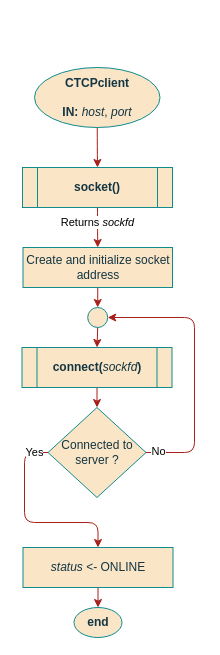
The draw.io diagram page "Constructor" (2 of 4) of documentation/flowcharts/02Classes/CTCPclient.drawio in ESRGgroup9/slipad, before the edit. Source tidied: cells renumbered, new cells numbered last; positions are measured from the earlier drawing's top-left corner, leaving out a move shared by most shapes. Both pictures are drawn from the tidied source at 100%, with x=0, y=0 at pixel (22, 67).
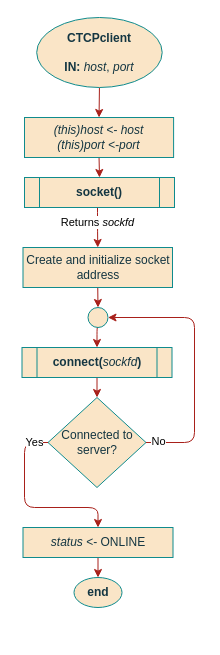
Above is the later version.

The edit, as a diff of the source:
```diff
@@
-    <mxCell id="2" style="edgeStyle=orthogonalEdgeStyle;curved=0;rounded=1;sketch=0;jettySize=auto;html=1;exitX=0.5;exitY=1;exitDx=0;exitDy=0;entryX=0.5;entryY=0;entryDx=0;entryDy=0;fontColor=#143642;strokeColor=#A8201A;fillColor=#FAE5C7;" parent="1" edge="1" source="3">
-      <mxGeometry relative="1" as="geometry">
-        <mxPoint x="75" y="100" as="targetPoint" />
-      </mxGeometry>
+    <mxCell id="2" style="edgeStyle=orthogonalEdgeStyle;curved=0;rounded=1;sketch=0;jettySize=auto;html=1;exitX=0.5;exitY=1;exitDx=0;exitDy=0;entryX=0.5;entryY=0;entryDx=0;entryDy=0;fontColor=#143642;strokeColor=#A8201A;fillColor=#FAE5C7;" parent="1" edge="1" source="3" target="21">
+      <mxGeometry relative="1" as="geometry" />
     </mxCell>
-    <mxCell id="3" value="&lt;div&gt;CTCPclient&lt;/div&gt;&lt;div&gt;&lt;br&gt;&lt;/div&gt;&lt;div&gt;IN: &lt;span style=&quot;font-weight: normal&quot;&gt;&lt;i&gt;host&lt;/i&gt;, &lt;i&gt;port&lt;/i&gt;&lt;/span&gt;&lt;br&gt;&lt;/div&gt;" style="ellipse;whiteSpace=wrap;html=1;fillColor=#FAE5C7;strokeColor=#0F8B8D;fontColor=#143642;fontStyle=1;" parent="1" vertex="1">
-      <mxGeometry x="12" width="125.5" height="60" as="geometry" />
+    <mxCell id="3" value="&lt;div&gt;CTCPclient&lt;/div&gt;&lt;div&gt;&lt;br&gt;&lt;/div&gt;&lt;div&gt;IN: &lt;span style=&quot;font-weight: normal&quot;&gt;&lt;i&gt;host&lt;/i&gt;, &lt;i&gt;port&lt;/i&gt;&lt;/span&gt;&lt;/div&gt;" style="ellipse;whiteSpace=wrap;html=1;fillColor=#FAE5C7;strokeColor=#0F8B8D;fontColor=#143642;fontStyle=1;" parent="1" vertex="1">
+      <mxGeometry x="14.2" y="-50" width="125.5" height="70" as="geometry" />
     </mxCell>
@@
     <mxCell id="5" value="end" style="ellipse;whiteSpace=wrap;html=1;fillColor=#FAE5C7;strokeColor=#0F8B8D;fontColor=#143642;fontStyle=1;" parent="1" vertex="1">
-      <mxGeometry x="51.5" y="540" width="48" height="30" as="geometry" />
+      <mxGeometry x="51.5" y="510" width="48" height="30" as="geometry" />
     </mxCell>
     <mxCell id="6" value="socket()" style="shape=process;whiteSpace=wrap;html=1;backgroundOutline=1;rounded=0;sketch=0;fontColor=#143642;strokeColor=#0F8B8D;fillColor=#FAE5C7;fontStyle=1;" parent="1" vertex="1">
-      <mxGeometry y="100" width="150" height="40" as="geometry" />
+      <mxGeometry x="2" y="110" width="150" height="30" as="geometry" />
     </mxCell>
@@
     <mxCell id="10" value="connect(&lt;i&gt;&lt;span style=&quot;font-weight: normal&quot;&gt;sockfd&lt;/span&gt;&lt;/i&gt;)" style="shape=process;whiteSpace=wrap;html=1;backgroundOutline=1;rounded=0;sketch=0;fontColor=#143642;strokeColor=#0F8B8D;fillColor=#FAE5C7;fontStyle=1;" parent="1" vertex="1">
-      <mxGeometry x="-0.5" y="280" width="150" height="40" as="geometry" />
+      <mxGeometry x="-0.5" y="280" width="150" height="30" as="geometry" />
     </mxCell>
     <mxCell id="11" style="edgeStyle=orthogonalEdgeStyle;rounded=1;jettySize=auto;html=1;exitX=1;exitY=0.5;exitDx=0;exitDy=0;fontSize=11;strokeColor=#A8201A;entryX=1;entryY=0.5;entryDx=0;entryDy=0;" parent="1" edge="1" source="14" target="16">
       <mxGeometry relative="1" as="geometry">
         <Array as="points">
-          <mxPoint x="172" y="385" />
+          <mxPoint x="172" y="375" />
           <mxPoint x="172" y="250" />
         </Array>
       </mxGeometry>
     </mxCell>
@@
     <mxCell id="13" value="Yes" style="edgeStyle=orthogonalEdgeStyle;rounded=1;jettySize=auto;html=1;exitX=0;exitY=0.5;exitDx=0;exitDy=0;entryX=0.5;entryY=0;entryDx=0;entryDy=0;fontSize=11;strokeColor=#A8201A;" parent="1" edge="1" source="14" target="18">
       <mxGeometry x="-0.85" relative="1" as="geometry">
         <Array as="points">
-          <mxPoint x="2" y="385" />
-          <mxPoint x="2" y="455" />
-          <mxPoint x="76" y="455" />
-          <mxPoint x="76" y="480" />
+          <mxPoint x="2" y="375" />
+          <mxPoint x="2" y="440" />
+          <mxPoint x="76" y="440" />
         </Array>
       </mxGeometry>
     </mxCell>
-    <mxCell id="14" value="Connected to server ?" style="rhombus;whiteSpace=wrap;html=1;rounded=0;sketch=0;fontColor=#143642;strokeColor=#0F8B8D;fillColor=#FAE5C7;" parent="1" vertex="1">
-      <mxGeometry x="25.5" y="340" width="98" height="90" as="geometry" />
+    <mxCell id="14" value="Connected to server?" style="rhombus;whiteSpace=wrap;html=1;rounded=0;sketch=0;fontColor=#143642;strokeColor=#0F8B8D;fillColor=#FAE5C7;" parent="1" vertex="1">
+      <mxGeometry x="25.5" y="330" width="98" height="90" as="geometry" />
     </mxCell>
@@
     <mxCell id="16" style="ellipse;whiteSpace=wrap;html=1;rounded=0;sketch=0;fontColor=#143642;strokeColor=#0F8B8D;fillColor=#FAE5C7;" parent="1" vertex="1">
-      <mxGeometry x="65.2" y="240" width="20" height="20" as="geometry" />
+      <mxGeometry x="65.5" y="240" width="20" height="20" as="geometry" />
     </mxCell>
-    <mxCell id="17" style="edgeStyle=orthogonalEdgeStyle;rounded=0;jettySize=auto;html=1;exitX=0.5;exitY=1;exitDx=0;exitDy=0;entryX=0.5;entryY=0;entryDx=0;entryDy=0;strokeColor=#A8201A;" parent="1" edge="1" source="18" target="5">
+    <mxCell id="17" style="edgeStyle=orthogonalEdgeStyle;rounded=0;orthogonalLoop=1;jettySize=auto;html=1;exitX=0.5;exitY=1;exitDx=0;exitDy=0;entryX=0.5;entryY=0;entryDx=0;entryDy=0;strokeColor=#A8201A;" parent="1" edge="1" source="18" target="18">
       <mxGeometry relative="1" as="geometry" />
     </mxCell>
+    <mxCell id="19" style="edgeStyle=orthogonalEdgeStyle;rounded=0;jettySize=auto;html=1;exitX=0.5;exitY=1;exitDx=0;exitDy=0;entryX=0.5;entryY=0;entryDx=0;entryDy=0;strokeColor=#A8201A;" parent="1" edge="1" source="18" target="5">
+      <mxGeometry relative="1" as="geometry" />
+    </mxCell>
     <mxCell id="18" value="&lt;i&gt;status&lt;/i&gt; &amp;lt;- ONLINE" style="rounded=0;whiteSpace=wrap;html=1;sketch=0;fontColor=#143642;strokeColor=#0F8B8D;fillColor=#FAE5C7;" parent="1" vertex="1">
-      <mxGeometry x="0.5" y="480" width="150" height="40" as="geometry" />
+      <mxGeometry x="0.5" y="460" width="150" height="30" as="geometry" />
     </mxCell>
+    <mxCell id="20" style="edgeStyle=orthogonalEdgeStyle;rounded=0;jettySize=auto;html=1;exitX=0.5;exitY=1;exitDx=0;exitDy=0;entryX=0.5;entryY=0;entryDx=0;entryDy=0;strokeColor=#A8201A;" parent="1" edge="1" source="21" target="6">
+      <mxGeometry relative="1" as="geometry" />
+    </mxCell>
+    <mxCell id="21" value="&lt;div&gt;(this)host &amp;lt;- host&lt;/div&gt;&lt;div&gt;(this)port &amp;lt;-port&lt;/div&gt;" style="rounded=0;whiteSpace=wrap;html=1;sketch=0;fontColor=#143642;strokeColor=#0F8B8D;fillColor=#FAE5C7;fontStyle=2;" parent="1" vertex="1">
+      <mxGeometry x="2" y="50" width="149.1" height="40" as="geometry" />
+    </mxCell>
```
